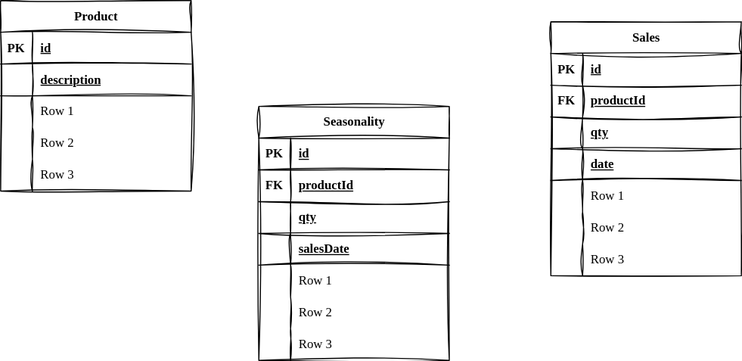
sergio-oliveira-br/StockWise keeps this draw.io diagram as StockWise.drawio.svg. Above is the earlier version. Source tidied: cells renumbered, new cells last; positions are measured from the earlier drawing's top-left corner, leaving out a move shared by most shapes.
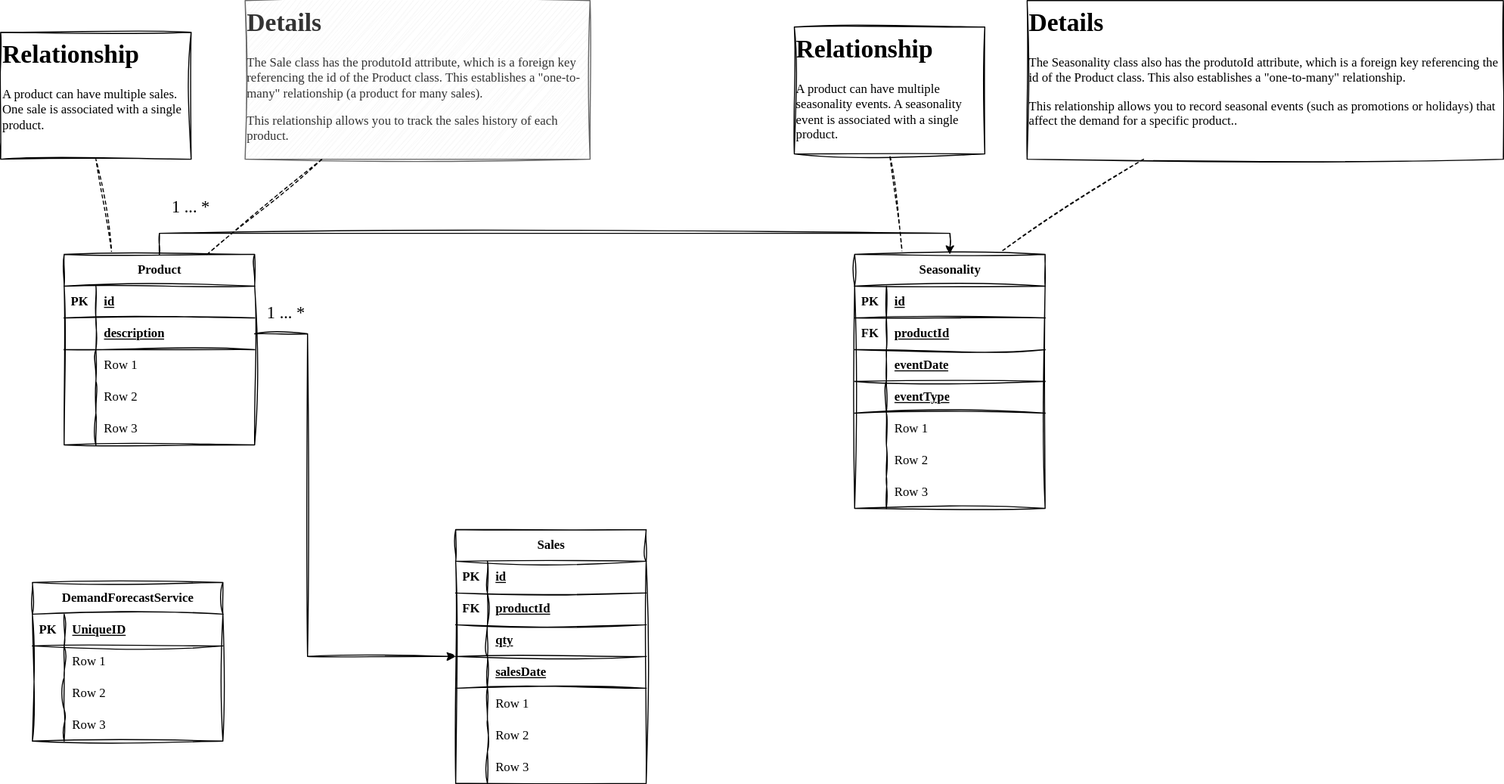
The same file after the commit.

Diff of the diagram source:
```diff
@@ -2,8 +2,11 @@
   <root>
     <mxCell id="0" />
     <mxCell id="1" parent="0" />
+    <mxCell id="62" style="rounded=0;sketch=1;hachureGap=4;jiggle=2;curveFitting=1;jettySize=auto;html=1;fontFamily=Architects Daughter;fontSource=https%3A%2F%2Ffonts.googleapis.com%2Fcss%3Ffamily%3DArchitects%2BDaughter;dashed=1;endArrow=none;startFill=0;entryX=0.5;entryY=1;entryDx=0;entryDy=0;exitX=0.25;exitY=0;exitDx=0;exitDy=0;" parent="1" edge="1" source="2" target="81">
+      <mxGeometry relative="1" as="geometry" />
+    </mxCell>
     <mxCell id="2" value="Product" style="shape=table;startSize=30;rowLines=0;fontStyle=1;align=center;html=1;sketch=1;hachureGap=4;jiggle=2;curveFitting=1;fontFamily=Architects Daughter;fontSource=https%3A%2F%2Ffonts.googleapis.com%2Fcss%3Ffamily%3DArchitects%2BDaughter;" parent="1" vertex="1">
-      <mxGeometry width="180" height="180" as="geometry" />
+      <mxGeometry y="70" width="180" height="180" as="geometry" />
     </mxCell>
     <mxCell id="3" style="shape=tableRow;horizontal=0;startSize=0;swimlaneHead=0;swimlaneBody=0;fillColor=none;top=0;left=0;right=0;bottom=1;sketch=1;hachureGap=4;jiggle=2;curveFitting=1;fontFamily=Architects Daughter;fontSource=https%3A%2F%2Ffonts.googleapis.com%2Fcss%3Ffamily%3DArchitects%2BDaughter;" parent="2" vertex="1">
       <mxGeometry y="30" width="180" height="30" as="geometry" />
@@ -50,8 +53,14 @@
     <mxCell id="17" value="Row 3" style="shape=partialRectangle;fillColor=none;top=0;left=0;bottom=0;right=0;align=left;spacingLeft=6;overflow=hidden;whiteSpace=wrap;html=1;sketch=1;hachureGap=4;jiggle=2;curveFitting=1;fontFamily=Architects Daughter;fontSource=https%3A%2F%2Ffonts.googleapis.com%2Fcss%3Ffamily%3DArchitects%2BDaughter;" parent="15" vertex="1">
       <mxGeometry x="30" width="150" height="30" as="geometry" />
     </mxCell>
+    <mxCell id="63" style="rounded=0;sketch=1;hachureGap=4;jiggle=2;curveFitting=1;jettySize=auto;html=1;fontFamily=Architects Daughter;fontSource=https%3A%2F%2Ffonts.googleapis.com%2Fcss%3Ffamily%3DArchitects%2BDaughter;dashed=1;entryX=0.5;entryY=1;entryDx=0;entryDy=0;endArrow=none;startFill=0;exitX=0.25;exitY=0;exitDx=0;exitDy=0;" parent="1" edge="1" source="18" target="83">
+      <mxGeometry relative="1" as="geometry" />
+    </mxCell>
+    <mxCell id="64" style="rounded=0;sketch=1;hachureGap=4;jiggle=2;curveFitting=1;jettySize=auto;html=1;fontFamily=Architects Daughter;fontSource=https%3A%2F%2Ffonts.googleapis.com%2Fcss%3Ffamily%3DArchitects%2BDaughter;dashed=1;exitX=0.75;exitY=0;exitDx=0;exitDy=0;endArrow=none;startFill=0;" parent="1" edge="1" source="18" target="84">
+      <mxGeometry relative="1" as="geometry" />
+    </mxCell>
     <mxCell id="18" value="&lt;span style=&quot;white-space: normal;&quot;&gt;Seasonality&lt;/span&gt;" style="shape=table;startSize=30;rowLines=0;fontStyle=1;align=center;html=1;sketch=1;hachureGap=4;jiggle=2;curveFitting=1;fontFamily=Architects Daughter;fontSource=https%3A%2F%2Ffonts.googleapis.com%2Fcss%3Ffamily%3DArchitects%2BDaughter;" parent="1" vertex="1">
-      <mxGeometry x="244" y="100" width="180" height="240" as="geometry" />
+      <mxGeometry x="747" y="70" width="180" height="240" as="geometry" />
     </mxCell>
     <mxCell id="19" style="shape=tableRow;horizontal=0;startSize=0;swimlaneHead=0;swimlaneBody=0;fillColor=none;top=0;left=0;right=0;bottom=1;sketch=1;hachureGap=4;jiggle=2;curveFitting=1;fontFamily=Architects Daughter;fontSource=https%3A%2F%2Ffonts.googleapis.com%2Fcss%3Ffamily%3DArchitects%2BDaughter;" parent="18" vertex="1">
       <mxGeometry y="30" width="180" height="30" as="geometry" />
@@ -77,7 +86,7 @@
     <mxCell id="26" style="shape=partialRectangle;fillColor=none;top=0;left=0;bottom=0;right=0;fontStyle=1;overflow=hidden;whiteSpace=wrap;html=1;sketch=1;hachureGap=4;jiggle=2;curveFitting=1;fontFamily=Architects Daughter;fontSource=https%3A%2F%2Ffonts.googleapis.com%2Fcss%3Ffamily%3DArchitects%2BDaughter;" parent="25" vertex="1">
       <mxGeometry width="30" height="30" as="geometry" />
     </mxCell>
-    <mxCell id="27" value="qty" style="shape=partialRectangle;fillColor=none;top=0;left=0;bottom=0;right=0;align=left;spacingLeft=6;fontStyle=5;overflow=hidden;whiteSpace=wrap;html=1;sketch=1;hachureGap=4;jiggle=2;curveFitting=1;fontFamily=Architects Daughter;fontSource=https%3A%2F%2Ffonts.googleapis.com%2Fcss%3Ffamily%3DArchitects%2BDaughter;" parent="25" vertex="1">
+    <mxCell id="27" value="eventDate" style="shape=partialRectangle;fillColor=none;top=0;left=0;bottom=0;right=0;align=left;spacingLeft=6;fontStyle=5;overflow=hidden;whiteSpace=wrap;html=1;sketch=1;hachureGap=4;jiggle=2;curveFitting=1;fontFamily=Architects Daughter;fontSource=https%3A%2F%2Ffonts.googleapis.com%2Fcss%3Ffamily%3DArchitects%2BDaughter;" parent="25" vertex="1">
       <mxGeometry x="30" width="150" height="30" as="geometry" />
     </mxCell>
     <mxCell id="28" style="shape=tableRow;horizontal=0;startSize=0;swimlaneHead=0;swimlaneBody=0;fillColor=none;top=0;left=0;right=0;bottom=1;sketch=1;hachureGap=4;jiggle=2;curveFitting=1;fontFamily=Architects Daughter;fontSource=https%3A%2F%2Ffonts.googleapis.com%2Fcss%3Ffamily%3DArchitects%2BDaughter;" parent="18" vertex="1">
@@ -86,7 +95,7 @@
     <mxCell id="29" style="shape=partialRectangle;fillColor=none;top=0;left=0;bottom=0;right=0;fontStyle=1;overflow=hidden;whiteSpace=wrap;html=1;sketch=1;hachureGap=4;jiggle=2;curveFitting=1;fontFamily=Architects Daughter;fontSource=https%3A%2F%2Ffonts.googleapis.com%2Fcss%3Ffamily%3DArchitects%2BDaughter;" parent="28" vertex="1">
       <mxGeometry width="30" height="30" as="geometry" />
     </mxCell>
-    <mxCell id="30" value="salesDate" style="shape=partialRectangle;fillColor=none;top=0;left=0;bottom=0;right=0;align=left;spacingLeft=6;fontStyle=5;overflow=hidden;whiteSpace=wrap;html=1;sketch=1;hachureGap=4;jiggle=2;curveFitting=1;fontFamily=Architects Daughter;fontSource=https%3A%2F%2Ffonts.googleapis.com%2Fcss%3Ffamily%3DArchitects%2BDaughter;" parent="28" vertex="1">
+    <mxCell id="30" value="eventType" style="shape=partialRectangle;fillColor=none;top=0;left=0;bottom=0;right=0;align=left;spacingLeft=6;fontStyle=5;overflow=hidden;whiteSpace=wrap;html=1;sketch=1;hachureGap=4;jiggle=2;curveFitting=1;fontFamily=Architects Daughter;fontSource=https%3A%2F%2Ffonts.googleapis.com%2Fcss%3Ffamily%3DArchitects%2BDaughter;" parent="28" vertex="1">
       <mxGeometry x="30" width="150" height="30" as="geometry" />
     </mxCell>
     <mxCell id="31" style="shape=tableRow;horizontal=0;startSize=0;swimlaneHead=0;swimlaneBody=0;fillColor=none;top=0;left=0;right=0;bottom=0;sketch=1;hachureGap=4;jiggle=2;curveFitting=1;fontFamily=Architects Daughter;fontSource=https%3A%2F%2Ffonts.googleapis.com%2Fcss%3Ffamily%3DArchitects%2BDaughter;" parent="18" vertex="1">
@@ -117,7 +126,7 @@
       <mxGeometry x="30" width="150" height="30" as="geometry" />
     </mxCell>
     <mxCell id="40" value="Sales" style="shape=table;startSize=30;rowLines=0;fontStyle=1;align=center;html=1;sketch=1;hachureGap=4;jiggle=2;curveFitting=1;fontFamily=Architects Daughter;fontSource=https%3A%2F%2Ffonts.googleapis.com%2Fcss%3Ffamily%3DArchitects%2BDaughter;" parent="1" vertex="1">
-      <mxGeometry x="520" y="20" width="180" height="240" as="geometry" />
+      <mxGeometry x="370" y="330" width="180" height="240" as="geometry" />
     </mxCell>
     <mxCell id="41" style="shape=tableRow;horizontal=0;startSize=0;swimlaneHead=0;swimlaneBody=0;fillColor=none;top=0;left=0;right=0;bottom=1;sketch=1;hachureGap=4;jiggle=2;curveFitting=1;fontFamily=Architects Daughter;fontSource=https%3A%2F%2Ffonts.googleapis.com%2Fcss%3Ffamily%3DArchitects%2BDaughter;" parent="40" vertex="1">
       <mxGeometry y="30" width="180" height="30" as="geometry" />
@@ -152,7 +161,7 @@
     <mxCell id="51" style="shape=partialRectangle;fillColor=none;top=0;left=0;bottom=0;right=0;fontStyle=1;overflow=hidden;whiteSpace=wrap;html=1;sketch=1;hachureGap=4;jiggle=2;curveFitting=1;fontFamily=Architects Daughter;fontSource=https%3A%2F%2Ffonts.googleapis.com%2Fcss%3Ffamily%3DArchitects%2BDaughter;" parent="50" vertex="1">
       <mxGeometry width="30" height="30" as="geometry" />
     </mxCell>
-    <mxCell id="52" value="date" style="shape=partialRectangle;fillColor=none;top=0;left=0;bottom=0;right=0;align=left;spacingLeft=6;fontStyle=5;overflow=hidden;whiteSpace=wrap;html=1;sketch=1;hachureGap=4;jiggle=2;curveFitting=1;fontFamily=Architects Daughter;fontSource=https%3A%2F%2Ffonts.googleapis.com%2Fcss%3Ffamily%3DArchitects%2BDaughter;" parent="50" vertex="1">
+    <mxCell id="52" value="salesDate" style="shape=partialRectangle;fillColor=none;top=0;left=0;bottom=0;right=0;align=left;spacingLeft=6;fontStyle=5;overflow=hidden;whiteSpace=wrap;html=1;sketch=1;hachureGap=4;jiggle=2;curveFitting=1;fontFamily=Architects Daughter;fontSource=https%3A%2F%2Ffonts.googleapis.com%2Fcss%3Ffamily%3DArchitects%2BDaughter;" parent="50" vertex="1">
       <mxGeometry x="30" width="150" height="30" as="geometry" />
     </mxCell>
     <mxCell id="53" style="shape=tableRow;horizontal=0;startSize=0;swimlaneHead=0;swimlaneBody=0;fillColor=none;top=0;left=0;right=0;bottom=0;sketch=1;hachureGap=4;jiggle=2;curveFitting=1;fontFamily=Architects Daughter;fontSource=https%3A%2F%2Ffonts.googleapis.com%2Fcss%3Ffamily%3DArchitects%2BDaughter;" parent="40" vertex="1">
@@ -182,5 +191,81 @@
     <mxCell id="61" value="Row 3" style="shape=partialRectangle;fillColor=none;top=0;left=0;bottom=0;right=0;align=left;spacingLeft=6;overflow=hidden;whiteSpace=wrap;html=1;sketch=1;hachureGap=4;jiggle=2;curveFitting=1;fontFamily=Architects Daughter;fontSource=https%3A%2F%2Ffonts.googleapis.com%2Fcss%3Ffamily%3DArchitects%2BDaughter;" parent="59" vertex="1">
       <mxGeometry x="30" width="150" height="30" as="geometry" />
     </mxCell>
+    <mxCell id="65" value="DemandForecastService" style="shape=table;startSize=30;rowLines=0;fontStyle=1;align=center;html=1;sketch=1;hachureGap=4;jiggle=2;curveFitting=1;fontFamily=Architects Daughter;fontSource=https%3A%2F%2Ffonts.googleapis.com%2Fcss%3Ffamily%3DArchitects%2BDaughter;" parent="1" vertex="1">
+      <mxGeometry x="-30" y="380" width="180" height="150" as="geometry" />
+    </mxCell>
+    <mxCell id="66" style="shape=tableRow;horizontal=0;startSize=0;swimlaneHead=0;swimlaneBody=0;fillColor=none;top=0;left=0;right=0;bottom=1;sketch=1;hachureGap=4;jiggle=2;curveFitting=1;fontFamily=Architects Daughter;fontSource=https%3A%2F%2Ffonts.googleapis.com%2Fcss%3Ffamily%3DArchitects%2BDaughter;" parent="65" vertex="1">
+      <mxGeometry y="30" width="180" height="30" as="geometry" />
+    </mxCell>
+    <mxCell id="67" value="PK" style="shape=partialRectangle;fillColor=none;top=0;left=0;bottom=0;right=0;fontStyle=1;overflow=hidden;whiteSpace=wrap;html=1;sketch=1;hachureGap=4;jiggle=2;curveFitting=1;fontFamily=Architects Daughter;fontSource=https%3A%2F%2Ffonts.googleapis.com%2Fcss%3Ffamily%3DArchitects%2BDaughter;" parent="66" vertex="1">
+      <mxGeometry width="30" height="30" as="geometry" />
+    </mxCell>
+    <mxCell id="68" value="UniqueID" style="shape=partialRectangle;fillColor=none;top=0;left=0;bottom=0;right=0;align=left;spacingLeft=6;fontStyle=5;overflow=hidden;whiteSpace=wrap;html=1;sketch=1;hachureGap=4;jiggle=2;curveFitting=1;fontFamily=Architects Daughter;fontSource=https%3A%2F%2Ffonts.googleapis.com%2Fcss%3Ffamily%3DArchitects%2BDaughter;" parent="66" vertex="1">
+      <mxGeometry x="30" width="150" height="30" as="geometry" />
+    </mxCell>
+    <mxCell id="69" style="shape=tableRow;horizontal=0;startSize=0;swimlaneHead=0;swimlaneBody=0;fillColor=none;top=0;left=0;right=0;bottom=0;sketch=1;hachureGap=4;jiggle=2;curveFitting=1;fontFamily=Architects Daughter;fontSource=https%3A%2F%2Ffonts.googleapis.com%2Fcss%3Ffamily%3DArchitects%2BDaughter;" parent="65" vertex="1">
+      <mxGeometry y="60" width="180" height="30" as="geometry" />
+    </mxCell>
+    <mxCell id="70" style="shape=partialRectangle;fillColor=none;top=0;left=0;bottom=0;right=0;overflow=hidden;whiteSpace=wrap;html=1;sketch=1;hachureGap=4;jiggle=2;curveFitting=1;fontFamily=Architects Daughter;fontSource=https%3A%2F%2Ffonts.googleapis.com%2Fcss%3Ffamily%3DArchitects%2BDaughter;" parent="69" vertex="1">
+      <mxGeometry width="30" height="30" as="geometry" />
+    </mxCell>
+    <mxCell id="71" value="Row 1" style="shape=partialRectangle;fillColor=none;top=0;left=0;bottom=0;right=0;align=left;spacingLeft=6;overflow=hidden;whiteSpace=wrap;html=1;sketch=1;hachureGap=4;jiggle=2;curveFitting=1;fontFamily=Architects Daughter;fontSource=https%3A%2F%2Ffonts.googleapis.com%2Fcss%3Ffamily%3DArchitects%2BDaughter;" parent="69" vertex="1">
+      <mxGeometry x="30" width="150" height="30" as="geometry" />
+    </mxCell>
+    <mxCell id="72" style="shape=tableRow;horizontal=0;startSize=0;swimlaneHead=0;swimlaneBody=0;fillColor=none;top=0;left=0;right=0;bottom=0;sketch=1;hachureGap=4;jiggle=2;curveFitting=1;fontFamily=Architects Daughter;fontSource=https%3A%2F%2Ffonts.googleapis.com%2Fcss%3Ffamily%3DArchitects%2BDaughter;" parent="65" vertex="1">
+      <mxGeometry y="90" width="180" height="30" as="geometry" />
+    </mxCell>
+    <mxCell id="73" style="shape=partialRectangle;fillColor=none;top=0;left=0;bottom=0;right=0;overflow=hidden;whiteSpace=wrap;html=1;sketch=1;hachureGap=4;jiggle=2;curveFitting=1;fontFamily=Architects Daughter;fontSource=https%3A%2F%2Ffonts.googleapis.com%2Fcss%3Ffamily%3DArchitects%2BDaughter;" parent="72" vertex="1">
+      <mxGeometry width="30" height="30" as="geometry" />
+    </mxCell>
+    <mxCell id="74" value="Row 2" style="shape=partialRectangle;fillColor=none;top=0;left=0;bottom=0;right=0;align=left;spacingLeft=6;overflow=hidden;whiteSpace=wrap;html=1;sketch=1;hachureGap=4;jiggle=2;curveFitting=1;fontFamily=Architects Daughter;fontSource=https%3A%2F%2Ffonts.googleapis.com%2Fcss%3Ffamily%3DArchitects%2BDaughter;" parent="72" vertex="1">
+      <mxGeometry x="30" width="150" height="30" as="geometry" />
+    </mxCell>
+    <mxCell id="75" style="shape=tableRow;horizontal=0;startSize=0;swimlaneHead=0;swimlaneBody=0;fillColor=none;top=0;left=0;right=0;bottom=0;sketch=1;hachureGap=4;jiggle=2;curveFitting=1;fontFamily=Architects Daughter;fontSource=https%3A%2F%2Ffonts.googleapis.com%2Fcss%3Ffamily%3DArchitects%2BDaughter;" parent="65" vertex="1">
+      <mxGeometry y="120" width="180" height="30" as="geometry" />
+    </mxCell>
+    <mxCell id="76" style="shape=partialRectangle;fillColor=none;top=0;left=0;bottom=0;right=0;overflow=hidden;whiteSpace=wrap;html=1;sketch=1;hachureGap=4;jiggle=2;curveFitting=1;fontFamily=Architects Daughter;fontSource=https%3A%2F%2Ffonts.googleapis.com%2Fcss%3Ffamily%3DArchitects%2BDaughter;" parent="75" vertex="1">
+      <mxGeometry width="30" height="30" as="geometry" />
+    </mxCell>
+    <mxCell id="77" value="Row 3" style="shape=partialRectangle;fillColor=none;top=0;left=0;bottom=0;right=0;align=left;spacingLeft=6;overflow=hidden;whiteSpace=wrap;html=1;sketch=1;hachureGap=4;jiggle=2;curveFitting=1;fontFamily=Architects Daughter;fontSource=https%3A%2F%2Ffonts.googleapis.com%2Fcss%3Ffamily%3DArchitects%2BDaughter;" parent="75" vertex="1">
+      <mxGeometry x="30" width="150" height="30" as="geometry" />
+    </mxCell>
+    <mxCell id="78" value="1 ... *" style="text;html=1;align=center;verticalAlign=middle;whiteSpace=wrap;rounded=0;fontFamily=Architects Daughter;fontSource=https%3A%2F%2Ffonts.googleapis.com%2Fcss%3Ffamily%3DArchitects%2BDaughter;fontSize=16;" parent="1" vertex="1">
+      <mxGeometry x="180" y="110" width="60" height="30" as="geometry" />
+    </mxCell>
+    <mxCell id="79" style="edgeStyle=orthogonalEdgeStyle;rounded=0;sketch=1;hachureGap=4;jiggle=2;curveFitting=1;jettySize=auto;html=1;fontFamily=Architects Daughter;fontSource=https%3A%2F%2Ffonts.googleapis.com%2Fcss%3Ffamily%3DArchitects%2BDaughter;" parent="1" edge="1" source="6" target="40">
+      <mxGeometry relative="1" as="geometry">
+        <Array as="points">
+          <mxPoint x="230" y="145" />
+          <mxPoint x="230" y="450" />
+        </Array>
+      </mxGeometry>
+    </mxCell>
+    <mxCell id="80" value="1 ... *" style="text;html=1;align=center;verticalAlign=middle;whiteSpace=wrap;rounded=0;fontFamily=Architects Daughter;fontSource=https%3A%2F%2Ffonts.googleapis.com%2Fcss%3Ffamily%3DArchitects%2BDaughter;fontSize=16;" parent="1" vertex="1">
+      <mxGeometry x="90" y="10" width="60" height="30" as="geometry" />
+    </mxCell>
+    <mxCell id="81" value="&lt;h1 style=&quot;margin-top: 0px;&quot;&gt;Relationship&lt;/h1&gt;&lt;p&gt;A product can have multiple sales. One sale is associated with a single product.&lt;/p&gt;" style="text;html=1;whiteSpace=wrap;overflow=hidden;rounded=0;fontFamily=Architects Daughter;fontSource=https%3A%2F%2Ffonts.googleapis.com%2Fcss%3Ffamily%3DArchitects%2BDaughter;sketch=1;curveFitting=1;jiggle=2;strokeColor=default;" parent="1" vertex="1">
+      <mxGeometry x="-60" y="-140" width="180" height="120" as="geometry" />
+    </mxCell>
+    <mxCell id="82" value="&lt;h1 style=&quot;margin-top: 0px;&quot;&gt;Details&lt;/h1&gt;&lt;p&gt;The Sale class has the produtoId attribute, which is a foreign key referencing the id of the Product class. This establishes a &quot;one-to-many&quot; relationship (a product for many sales).&lt;/p&gt;&lt;p&gt;This relationship allows you to track the sales history of each product.&lt;/p&gt;" style="text;html=1;whiteSpace=wrap;overflow=hidden;rounded=0;fontFamily=Architects Daughter;fontSource=https%3A%2F%2Ffonts.googleapis.com%2Fcss%3Ffamily%3DArchitects%2BDaughter;fillColor=#f5f5f5;fontColor=#333333;strokeColor=#666666;sketch=1;curveFitting=1;jiggle=2;" parent="1" vertex="1">
+      <mxGeometry x="171" y="-170" width="326" height="150" as="geometry" />
+    </mxCell>
+    <mxCell id="83" value="&lt;h1 style=&quot;margin-top: 0px;&quot;&gt;Relationship&lt;/h1&gt;&lt;p&gt;A product can have multiple seasonality events. A seasonality event is associated with a single product.&lt;/p&gt;" style="text;html=1;whiteSpace=wrap;overflow=hidden;rounded=0;fontFamily=Architects Daughter;fontSource=https%3A%2F%2Ffonts.googleapis.com%2Fcss%3Ffamily%3DArchitects%2BDaughter;glass=0;strokeColor=default;sketch=1;curveFitting=1;jiggle=2;" parent="1" vertex="1">
+      <mxGeometry x="690" y="-145" width="180" height="120" as="geometry" />
+    </mxCell>
+    <mxCell id="84" value="&lt;h1 style=&quot;margin-top: 0px;&quot;&gt;Details&lt;/h1&gt;&lt;p&gt;The Seasonality class also has the produtoId attribute, which is a foreign key referencing the id of the Product class. This also establishes a &quot;one-to-many&quot; relationship.&lt;/p&gt;&lt;p&gt;This relationship allows you to record seasonal events (such as promotions or holidays) that affect the demand for a specific product..&lt;br&gt;&lt;/p&gt;" style="text;html=1;whiteSpace=wrap;overflow=hidden;rounded=0;fontFamily=Architects Daughter;fontSource=https%3A%2F%2Ffonts.googleapis.com%2Fcss%3Ffamily%3DArchitects%2BDaughter;strokeColor=default;glass=0;sketch=1;curveFitting=1;jiggle=2;" parent="1" vertex="1">
+      <mxGeometry x="910" y="-170" width="450" height="150" as="geometry" />
+    </mxCell>
+    <mxCell id="85" style="edgeStyle=orthogonalEdgeStyle;rounded=0;sketch=1;hachureGap=4;jiggle=2;curveFitting=1;jettySize=auto;html=1;entryX=0.5;entryY=0;entryDx=0;entryDy=0;fontFamily=Architects Daughter;fontSource=https%3A%2F%2Ffonts.googleapis.com%2Fcss%3Ffamily%3DArchitects%2BDaughter;" parent="1" edge="1" source="2" target="18">
+      <mxGeometry relative="1" as="geometry">
+        <Array as="points">
+          <mxPoint x="90" y="50" />
+          <mxPoint x="837" y="50" />
+        </Array>
+      </mxGeometry>
+    </mxCell>
+    <mxCell id="86" style="rounded=0;sketch=1;hachureGap=4;jiggle=2;curveFitting=1;jettySize=auto;html=1;fontFamily=Architects Daughter;fontSource=https%3A%2F%2Ffonts.googleapis.com%2Fcss%3Ffamily%3DArchitects%2BDaughter;dashed=1;endArrow=none;startFill=0;exitX=0.75;exitY=0;exitDx=0;exitDy=0;" parent="1" edge="1" source="2" target="82">
+      <mxGeometry relative="1" as="geometry" />
+    </mxCell>
   </root>
 </mxGraphModel>
```
